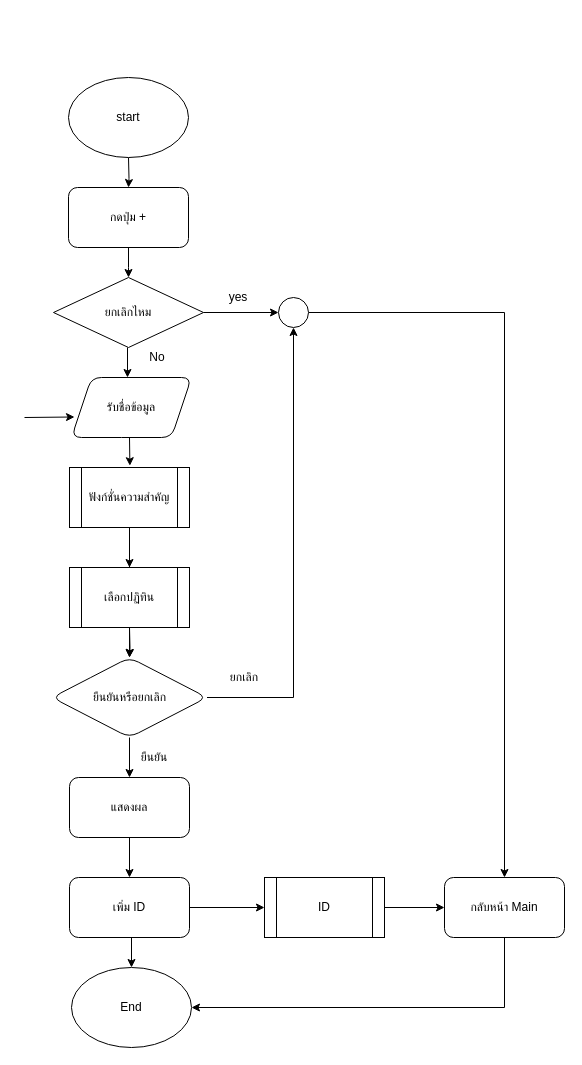
The draw.io diagram page "function add data" (2 of 8) of prototype.drawio in Putthima/PSIT_Project_2020, before the edit. Source tidied: cells renumbered, new cells numbered last; positions are measured from the earlier drawing's top-left corner, leaving out a move shared by most shapes. Both pictures are drawn from the tidied source at 100%, with x=0, y=0 at pixel (24, 77).
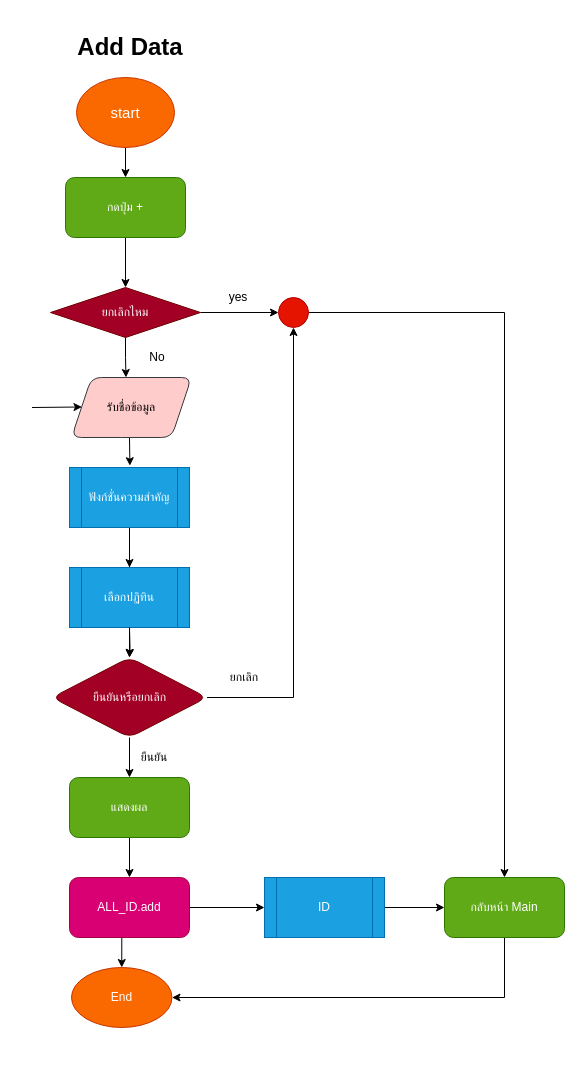
Above is the later version.

Diff of the diagram source:
```diff
@@
-    <mxCell id="2" style="edgeStyle=orthogonalEdgeStyle;rounded=0;jettySize=auto;html=1;" parent="1" edge="1" target="4">
-      <mxGeometry relative="1" as="geometry">
-        <mxPoint x="104" y="80" as="sourcePoint" />
-      </mxGeometry>
+    <mxCell id="2" style="edgeStyle=orthogonalEdgeStyle;rounded=0;jettySize=auto;html=1;exitX=0.5;exitY=1;exitDx=0;exitDy=0;" parent="1" edge="1" source="31" target="4">
+      <mxGeometry relative="1" as="geometry" />
     </mxCell>
-    <mxCell id="3" style="edgeStyle=orthogonalEdgeStyle;rounded=0;jettySize=auto;html=1;" parent="1" edge="1" source="4">
-      <mxGeometry relative="1" as="geometry">
-        <mxPoint x="104" y="200" as="targetPoint" />
-      </mxGeometry>
-    </mxCell>
+    <mxCell id="37" style="edgeStyle=orthogonalEdgeStyle;rounded=0;jettySize=auto;html=1;exitX=0.5;exitY=1;exitDx=0;exitDy=0;entryX=0.5;entryY=0;entryDx=0;entryDy=0;" parent="1" edge="1" source="4" target="14">
+      <mxGeometry relative="1" as="geometry" />
+    </mxCell>
-    <mxCell id="4" value="กดปุ่ม +" style="rounded=1;whiteSpace=wrap;html=1;" parent="1" vertex="1">
-      <mxGeometry x="44" y="110" width="120" height="60" as="geometry" />
+    <mxCell id="4" value="กดปุ่ม +" style="rounded=1;whiteSpace=wrap;html=1;fillColor=#60a917;strokeColor=#2D7600;fontColor=#ffffff;" parent="1" vertex="1">
+      <mxGeometry x="41" y="100" width="120" height="60" as="geometry" />
     </mxCell>
@@
-    <mxCell id="6" value="รับชื่อข้อมูล" style="shape=parallelogram;perimeter=parallelogramPerimeter;whiteSpace=wrap;html=1;fixedSize=1;rounded=1;" parent="1" vertex="1">
+    <mxCell id="6" value="รับชื่อข้อมูล" style="shape=parallelogram;perimeter=parallelogramPerimeter;whiteSpace=wrap;html=1;fixedSize=1;rounded=1;fillColor=#ffcccc;strokeColor=#36393d;" parent="1" vertex="1">
       <mxGeometry x="47" y="300" width="120" height="60" as="geometry" />
     </mxCell>
@@
-    <mxCell id="9" value="ฟังก์ชั่นความสำคัญ" style="shape=process;whiteSpace=wrap;html=1;backgroundOutline=1;" parent="1" vertex="1">
+    <mxCell id="9" value="ฟังก์ชั่นความสำคัญ" style="shape=process;whiteSpace=wrap;html=1;backgroundOutline=1;fillColor=#1ba1e2;strokeColor=#006EAF;fontColor=#ffffff;" parent="1" vertex="1">
       <mxGeometry x="45" y="390" width="120" height="60" as="geometry" />
     </mxCell>
     <mxCell id="10" style="endArrow=classic;html=1;" parent="1" edge="1">
       <mxGeometry relative="1" as="geometry">
-        <mxPoint y="340" as="sourcePoint" />
-        <mxPoint x="50" y="339.5" as="targetPoint" />
+        <mxPoint x="7.5" y="330" as="sourcePoint" />
+        <mxPoint x="57.5" y="329.5" as="targetPoint" />
       </mxGeometry>
     </mxCell>
-    <mxCell id="11" value="เลือกปฏิทิน" style="shape=process;whiteSpace=wrap;html=1;backgroundOutline=1;" parent="1" vertex="1">
+    <mxCell id="11" value="เลือกปฏิทิน" style="shape=process;whiteSpace=wrap;html=1;backgroundOutline=1;fillColor=#1ba1e2;strokeColor=#006EAF;fontColor=#ffffff;" parent="1" vertex="1">
       <mxGeometry x="45" y="490" width="120" height="60" as="geometry" />
     </mxCell>
@@
+    <mxCell id="38" style="edgeStyle=orthogonalEdgeStyle;rounded=0;jettySize=auto;html=1;exitX=0.5;exitY=1;exitDx=0;exitDy=0;entryX=0.454;entryY=0;entryDx=0;entryDy=0;entryPerimeter=0;" parent="1" edge="1" source="14" target="6">
+      <mxGeometry relative="1" as="geometry" />
+    </mxCell>
-    <mxCell id="14" value="ยกเลิกไหม" style="rhombus;whiteSpace=wrap;html=1;" parent="1" vertex="1">
-      <mxGeometry x="29" y="200" width="150" height="70" as="geometry" />
+    <mxCell id="14" value="ยกเลิกไหม" style="rhombus;whiteSpace=wrap;html=1;fillColor=#a20025;strokeColor=#6F0000;fontColor=#ffffff;" parent="1" vertex="1">
+      <mxGeometry x="26" y="210" width="150" height="50" as="geometry" />
     </mxCell>
@@
-    <mxCell id="16" style="edgeStyle=orthogonalEdgeStyle;rounded=0;orthogonalLoop=1;jettySize=auto;html=1;" parent="1" edge="1">
-      <mxGeometry relative="1" as="geometry">
-        <mxPoint x="103" y="270" as="sourcePoint" />
-        <mxPoint x="103" y="300" as="targetPoint" />
-      </mxGeometry>
-    </mxCell>
@@
     <mxCell id="20" style="edgeStyle=orthogonalEdgeStyle;rounded=0;jettySize=auto;html=1;exitX=1;exitY=0.5;exitDx=0;exitDy=0;entryX=0.5;entryY=1;entryDx=0;entryDy=0;" parent="1" edge="1" source="21" target="26">
-      <mxGeometry relative="1" as="geometry" />
+      <mxGeometry relative="1" as="geometry">
+        <Array as="points">
+          <mxPoint x="269.5" y="620" />
+        </Array>
+      </mxGeometry>
     </mxCell>
-    <mxCell id="21" value="ยืนยันหรือยกเลิก" style="rhombus;whiteSpace=wrap;html=1;rounded=1;" parent="1" vertex="1">
+    <mxCell id="21" value="ยืนยันหรือยกเลิก" style="rhombus;whiteSpace=wrap;html=1;rounded=1;fillColor=#a20025;strokeColor=#6F0000;fontColor=#ffffff;" parent="1" vertex="1">
       <mxGeometry x="27.5" y="580" width="155" height="80" as="geometry" />
     </mxCell>
@@
-    <mxCell id="23" value="แสดงผล" style="whiteSpace=wrap;html=1;rounded=1;" parent="1" vertex="1">
+    <mxCell id="23" value="แสดงผล" style="whiteSpace=wrap;html=1;rounded=1;fillColor=#60a917;strokeColor=#2D7600;fontColor=#ffffff;" parent="1" vertex="1">
       <mxGeometry x="45" y="700" width="120" height="60" as="geometry" />
     </mxCell>
@@
-    <mxCell id="26" style="ellipse;whiteSpace=wrap;html=1;" parent="1" vertex="1">
+    <mxCell id="26" style="ellipse;whiteSpace=wrap;html=1;fillColor=#e51400;strokeColor=#B20000;fontColor=#ffffff;" parent="1" vertex="1">
       <mxGeometry x="254" y="220" width="30" height="30" as="geometry" />
     </mxCell>
@@
-    <mxCell id="29" value="กลับหน้า Main" style="rounded=1;whiteSpace=wrap;html=1;" parent="1" vertex="1">
+    <mxCell id="29" value="กลับหน้า Main" style="rounded=1;whiteSpace=wrap;html=1;fillColor=#60a917;strokeColor=#2D7600;fontColor=#ffffff;" parent="1" vertex="1">
       <mxGeometry x="420" y="800" width="120" height="60" as="geometry" />
     </mxCell>
-    <mxCell id="30" value="End" style="ellipse;whiteSpace=wrap;html=1;rounded=1;" parent="1" vertex="1">
-      <mxGeometry x="47" y="890" width="120" height="80" as="geometry" />
+    <mxCell id="30" value="End" style="ellipse;whiteSpace=wrap;html=1;rounded=1;fillColor=#fa6800;strokeColor=#C73500;fontColor=#ffffff;" parent="1" vertex="1">
+      <mxGeometry x="47" y="890" width="100.5" height="60" as="geometry" />
     </mxCell>
-    <mxCell id="31" value="start" style="ellipse;whiteSpace=wrap;html=1;" parent="1" vertex="1">
-      <mxGeometry x="44" width="120" height="80" as="geometry" />
+    <mxCell id="31" value="&lt;font style=&quot;font-size: 15px&quot;&gt;start&lt;/font&gt;" style="ellipse;whiteSpace=wrap;html=1;fillColor=#fa6800;strokeColor=#C73500;fontColor=#ffffff;" parent="1" vertex="1">
+      <mxGeometry x="52" width="98" height="70" as="geometry" />
     </mxCell>
@@
-    <mxCell id="34" value="เพิ่ม ID" style="whiteSpace=wrap;html=1;rounded=1;" parent="1" vertex="1">
+    <mxCell id="34" value="ALL_ID.add" style="whiteSpace=wrap;html=1;rounded=1;fillColor=#d80073;strokeColor=#A50040;fontColor=#ffffff;" parent="1" vertex="1">
       <mxGeometry x="45" y="800" width="120" height="60" as="geometry" />
     </mxCell>
@@
-    <mxCell id="36" value="ID" style="shape=process;whiteSpace=wrap;html=1;backgroundOutline=1;fontSize=12;fontColor=#000000;" parent="1" vertex="1">
+    <mxCell id="36" value="ID" style="shape=process;whiteSpace=wrap;html=1;backgroundOutline=1;fontSize=12;fontColor=#ffffff;fillColor=#1ba1e2;strokeColor=#006EAF;" parent="1" vertex="1">
       <mxGeometry x="240" y="800" width="120" height="60" as="geometry" />
     </mxCell>
+    <mxCell id="39" value="&lt;font size=&quot;1&quot;&gt;&lt;b style=&quot;font-size: 24px&quot;&gt;Add Data&lt;/b&gt;&lt;/font&gt;" style="text;html=1;strokeColor=none;fillColor=none;align=center;verticalAlign=middle;whiteSpace=wrap;rounded=0;" parent="1" vertex="1">
+      <mxGeometry x="45.2" y="-60" width="121.8" height="60" as="geometry" />
+    </mxCell>
```
